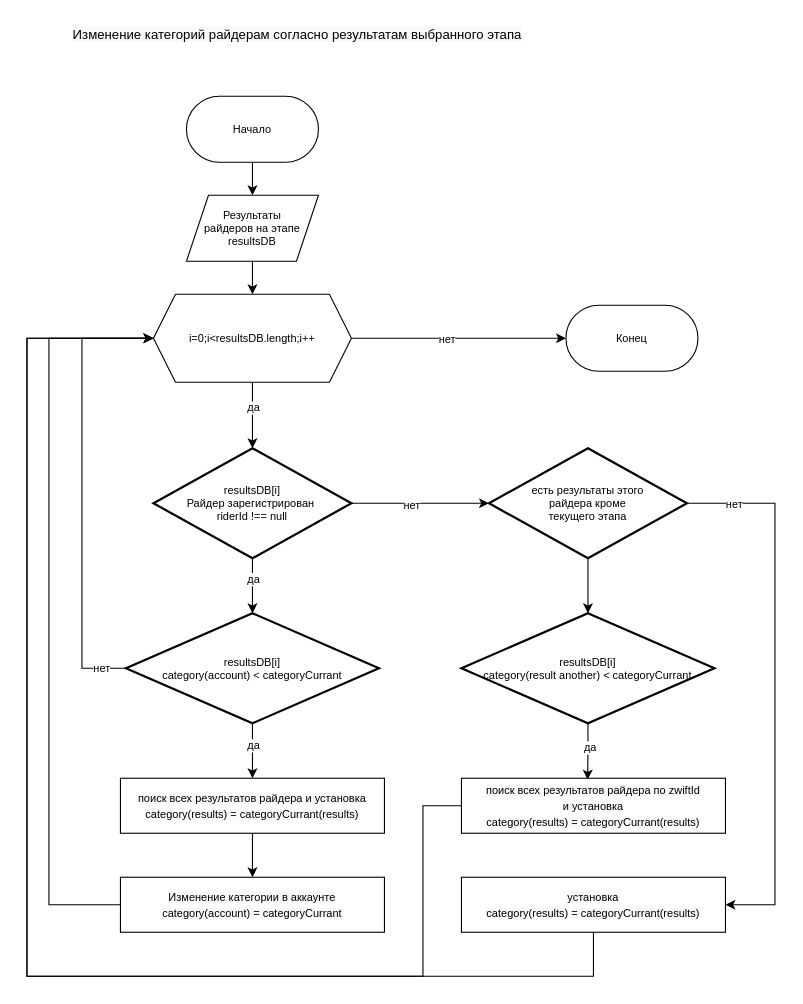
Earlier version of the draw.io diagram page "Change categories" (5 of 6) of documents/Диаграмма без названия.drawio (caH40/bot_komon_v2). Source tidied: cells renumbered, new cells numbered last; positions are measured from the earlier drawing's top-left corner, leaving out a move shared by most shapes. Both pictures are drawn from the tidied source at 110%, with x=0, y=0 at pixel (26, 19).
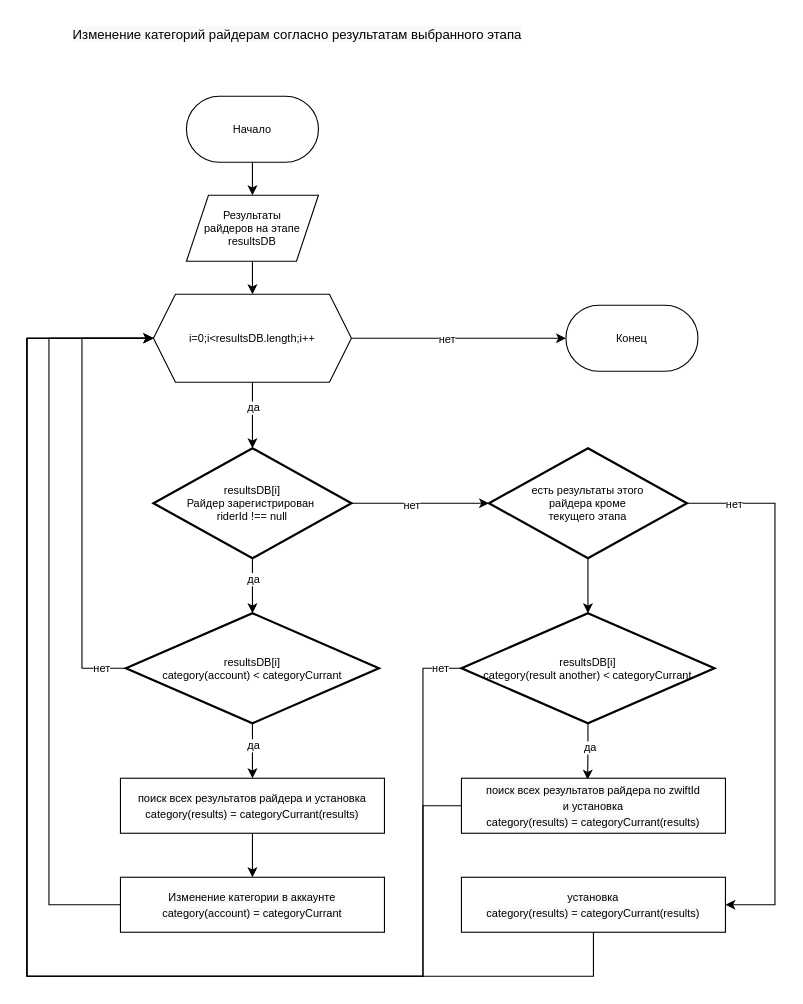
The same diagram, later.

The change refers to these unchanged cells:
```xml
<mxCell id="17" value="i=0;i&amp;lt;resultsDB.length;i++" style="shape=hexagon;perimeter=hexagonPerimeter2;whiteSpace=wrap;html=1;fixedSize=1;fontSize=10;" parent="1" vertex="1">
  <mxGeometry x="115" y="250" width="180" height="80" as="geometry" />
</mxCell>
<mxCell id="35" value="resultsDB[i]&lt;br&gt;category(result another) &amp;lt; categoryCurrant" style="strokeWidth=2;html=1;shape=mxgraph.flowchart.decision;whiteSpace=wrap;verticalAlign=middle;fontSize=10;" parent="1" vertex="1">
  <mxGeometry x="395" y="540" width="230" height="100" as="geometry" />
</mxCell>
```

What changed in the source:
```diff
@@
+    <mxCell id="38" style="edgeStyle=orthogonalEdgeStyle;rounded=0;jettySize=auto;html=1;exitX=0;exitY=0.5;exitDx=0;exitDy=0;exitPerimeter=0;entryX=0;entryY=0.5;entryDx=0;entryDy=0;fontSize=10;" parent="1" edge="1" source="35" target="17">
+      <mxGeometry relative="1" as="geometry">
+        <Array as="points">
+          <mxPoint x="360" y="590" />
+          <mxPoint x="360" y="870" />
+          <mxPoint y="870" />
+          <mxPoint y="290" />
+        </Array>
+      </mxGeometry>
+    </mxCell>
+    <mxCell id="39" value="нет" style="edgeLabel;html=1;align=center;verticalAlign=middle;fontSize=10;" parent="38" vertex="1">
+      <mxGeometry x="-0.96" y="-1" relative="1" as="geometry">
+        <mxPoint x="7" as="offset" />
+      </mxGeometry>
+    </mxCell>
```
